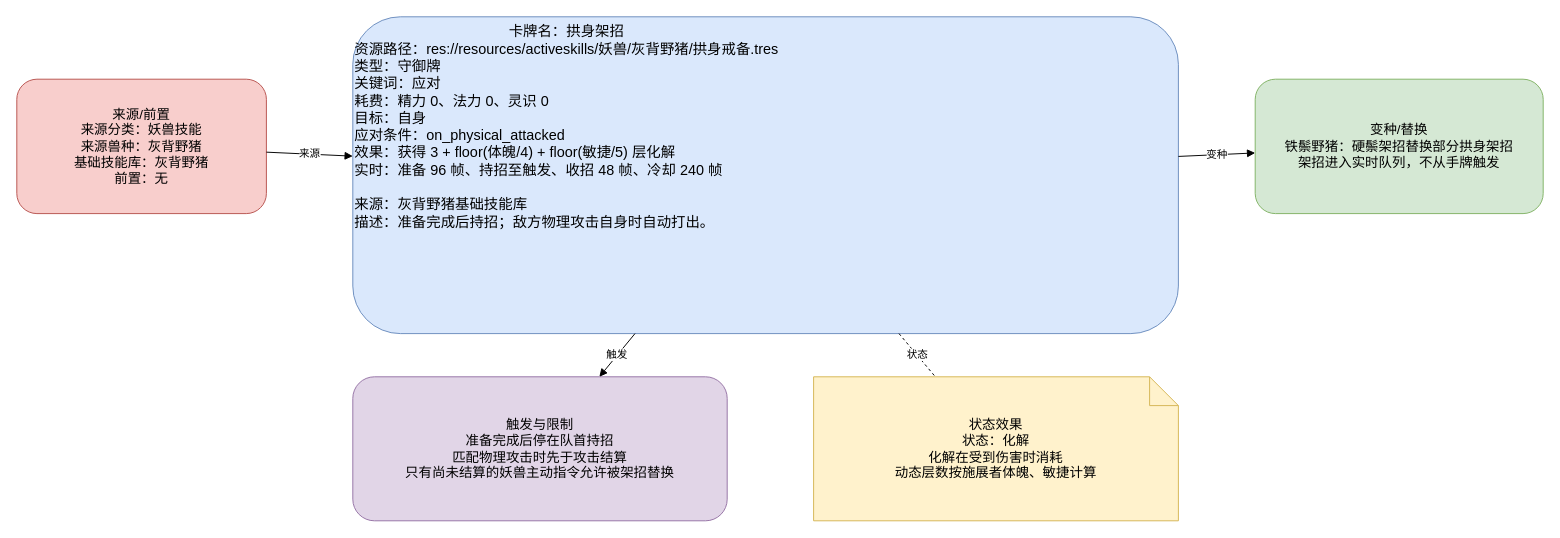
Earlier version of the draw.io diagram docs/卡牌词典/妖兽/灰背野猪/拱身架招.drawio (ankundanetracyc-spec/tian-guan-you-du). Source tidied: cells renumbered, new cells numbered last; positions are measured from the earlier drawing's top-left corner, leaving out a move shared by most shapes. Both pictures are drawn from the tidied source at 96%, with x=0, y=0 at pixel (16, 16).
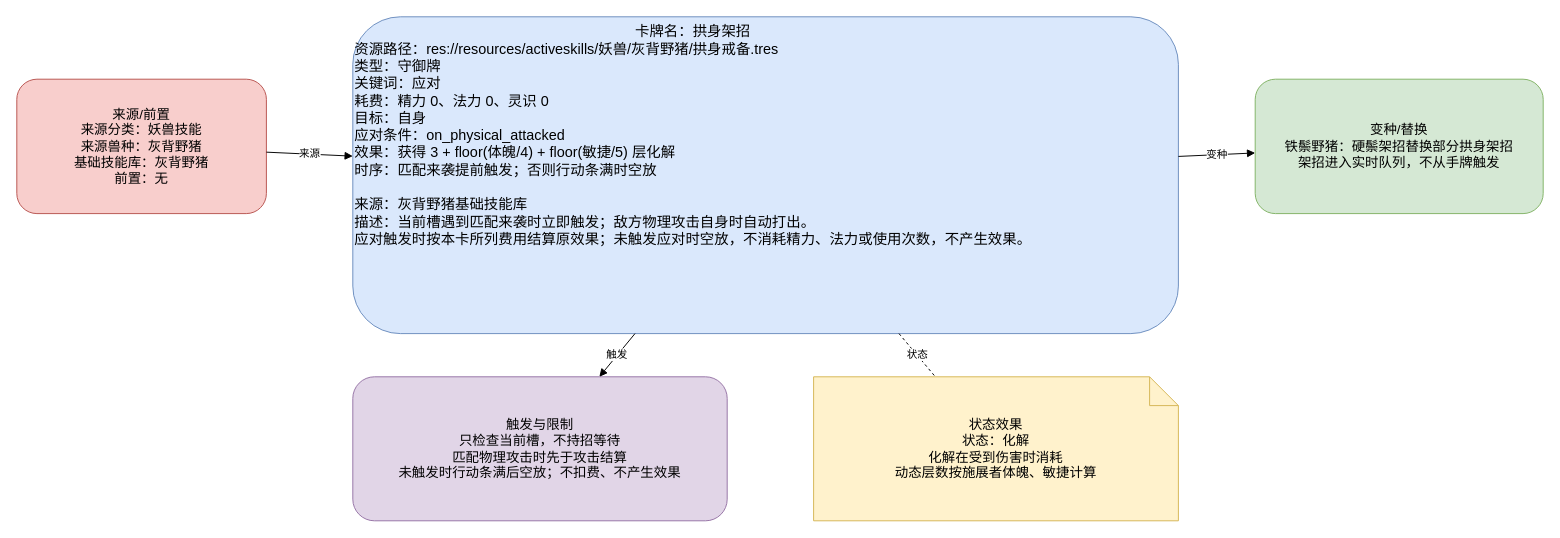
Above is the later version.

Diff of the diagram source:
```diff
@@
 <mxGraphModel>
   <root>
     <mxCell id="0" />
     <mxCell id="1" parent="0" />
-    <mxCell id="2" value="&lt;div style=&quot;text-align:center;&quot;&gt;卡牌名：拱身架招&lt;/div&gt;&lt;div style=&quot;text-align:left;&quot;&gt;资源路径：res://resources/activeskills/妖兽/灰背野猪/拱身戒备.tres&lt;br&gt;类型：守御牌&lt;br&gt;关键词：应对&lt;br&gt;耗费：精力 0、法力 0、灵识 0&lt;br&gt;目标：自身&lt;br&gt;应对条件：on_physical_attacked&lt;br&gt;效果：获得 3 + floor(体魄/4) + floor(敏捷/5) 层化解&lt;br&gt;实时：准备 96 帧、持招至触发、收招 48 帧、冷却 240 帧&lt;/div&gt;&lt;br&gt;来源：灰背野猪基础技能库&lt;br&gt;描述：准备完成后持招；敌方物理攻击自身时自动打出。" style="rounded=1;whiteSpace=wrap;html=1;fillColor=#dae8fc;strokeColor=#6c8ebf;fontSize=15;align=left;verticalAlign=top;" parent="1" vertex="1">
+    <mxCell id="2" value="&lt;div style=&quot;text-align:center;&quot;&gt;卡牌名：拱身架招&lt;/div&gt;&lt;div style=&quot;text-align:left;&quot;&gt;资源路径：res://resources/activeskills/妖兽/灰背野猪/拱身戒备.tres&lt;br&gt;类型：守御牌&lt;br&gt;关键词：应对&lt;br&gt;耗费：精力 0、法力 0、灵识 0&lt;br&gt;目标：自身&lt;br&gt;应对条件：on_physical_attacked&lt;br&gt;效果：获得 3 + floor(体魄/4) + floor(敏捷/5) 层化解&lt;br&gt;时序：匹配来袭提前触发；否则行动条满时空放&lt;/div&gt;&lt;br&gt;来源：灰背野猪基础技能库&lt;br&gt;描述：当前槽遇到匹配来袭时立即触发；敌方物理攻击自身时自动打出。&lt;br&gt;应对触发时按本卡所列费用结算原效果；未触发应对时空放，不消耗精力、法力或使用次数，不产生效果。" style="rounded=1;whiteSpace=wrap;html=1;fillColor=#dae8fc;strokeColor=#6c8ebf;fontSize=15;align=left;verticalAlign=top;" parent="1" vertex="1">
       <mxGeometry x="350" width="860" height="330" as="geometry" />
     </mxCell>
     <mxCell id="3" value="来源/前置&#10;来源分类：妖兽技能&#10;来源兽种：灰背野猪&#10;基础技能库：灰背野猪&#10;前置：无" style="rounded=1;whiteSpace=wrap;html=1;fillColor=#f8cecc;strokeColor=#b85450;fontSize=14;" parent="1" vertex="1">
       <mxGeometry y="65" width="260" height="140" as="geometry" />
     </mxCell>
     <mxCell id="4" value="变种/替换&#10;铁鬃野猪：硬鬃架招替换部分拱身架招&#10;架招进入实时队列，不从手牌触发" style="rounded=1;whiteSpace=wrap;html=1;fillColor=#d5e8d4;strokeColor=#82b366;fontSize=14;" parent="1" vertex="1">
       <mxGeometry x="1290" y="65" width="300" height="140" as="geometry" />
     </mxCell>
-    <mxCell id="5" value="触发与限制&#10;准备完成后停在队首持招&#10;匹配物理攻击时先于攻击结算&#10;只有尚未结算的妖兽主动指令允许被架招替换" style="rounded=1;whiteSpace=wrap;html=1;fillColor=#e1d5e7;strokeColor=#9673a6;fontSize=14;" parent="1" vertex="1">
+    <mxCell id="5" value="触发与限制&#10;只检查当前槽，不持招等待&#10;匹配物理攻击时先于攻击结算&#10;未触发时行动条满后空放；不扣费、不产生效果" style="rounded=1;whiteSpace=wrap;html=1;fillColor=#e1d5e7;strokeColor=#9673a6;fontSize=14;" parent="1" vertex="1">
       <mxGeometry x="350" y="375" width="390" height="150" as="geometry" />
     </mxCell>
     <mxCell id="6" value="状态效果&#10;状态：化解&#10;化解在受到伤害时消耗&#10;动态层数按施展者体魄、敏捷计算" style="shape=note;whiteSpace=wrap;html=1;fillColor=#fff2cc;strokeColor=#d6b656;fontSize=14;" parent="1" vertex="1">
       <mxGeometry x="830" y="375" width="380" height="150" as="geometry" />
     </mxCell>
     <mxCell id="7" value="来源" style="endArrow=block;html=1;rounded=0;" parent="1" edge="1" source="3" target="2">
       <mxGeometry relative="1" as="geometry" />
     </mxCell>
     <mxCell id="8" value="变种" style="endArrow=block;html=1;rounded=0;" parent="1" edge="1" source="2" target="4">
       <mxGeometry relative="1" as="geometry" />
     </mxCell>
     <mxCell id="9" value="触发" style="endArrow=block;html=1;rounded=0;" parent="1" edge="1" source="2" target="5">
       <mxGeometry relative="1" as="geometry" />
     </mxCell>
     <mxCell id="10" value="状态" style="endArrow=none;dashed=1;html=1;" parent="1" edge="1" source="2" target="6">
       <mxGeometry relative="1" as="geometry" />
     </mxCell>
   </root>
 </mxGraphModel>
```
